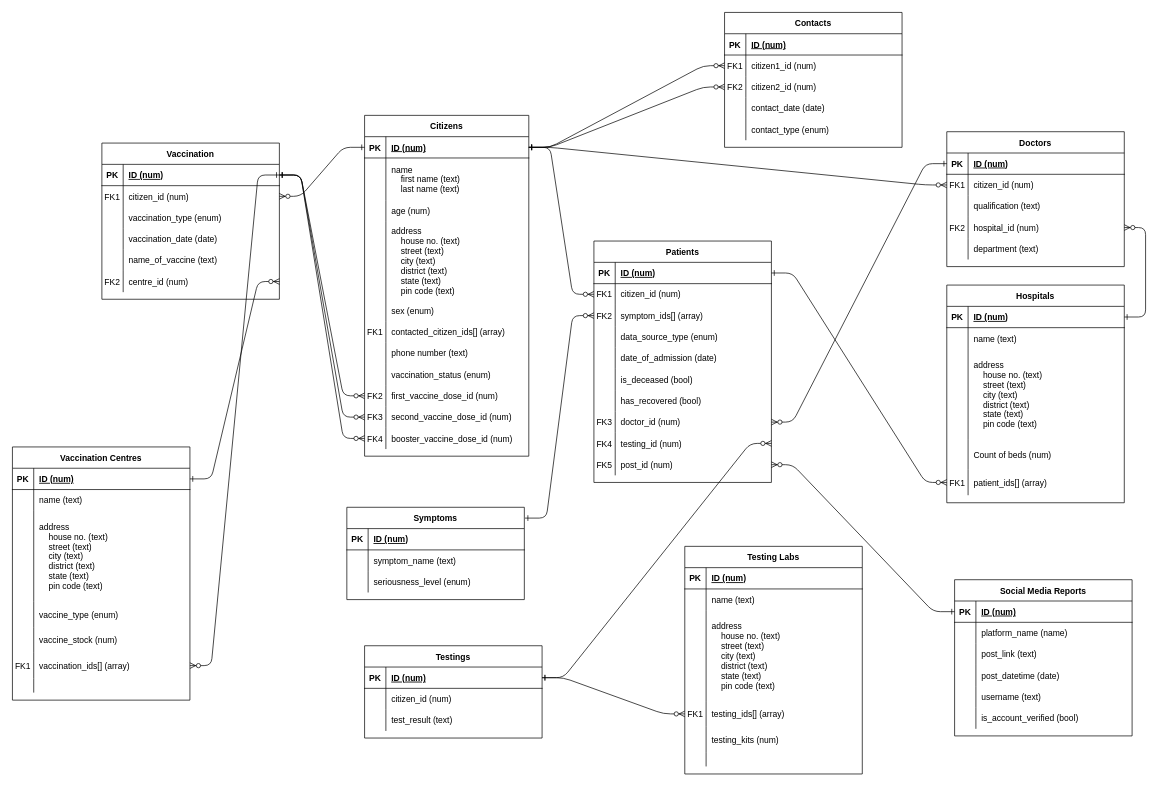
Earlier version of the draw.io diagram Assgn1/ER-Diagram.drawio (chirag-ghosh/DBMS-Lab). Source tidied: cells renumbered, new cells numbered last; positions are measured from the earlier drawing's top-left corner, leaving out a move shared by most shapes. Both pictures are drawn from the tidied source at 71%, with x=0, y=0 at pixel (12, 12).
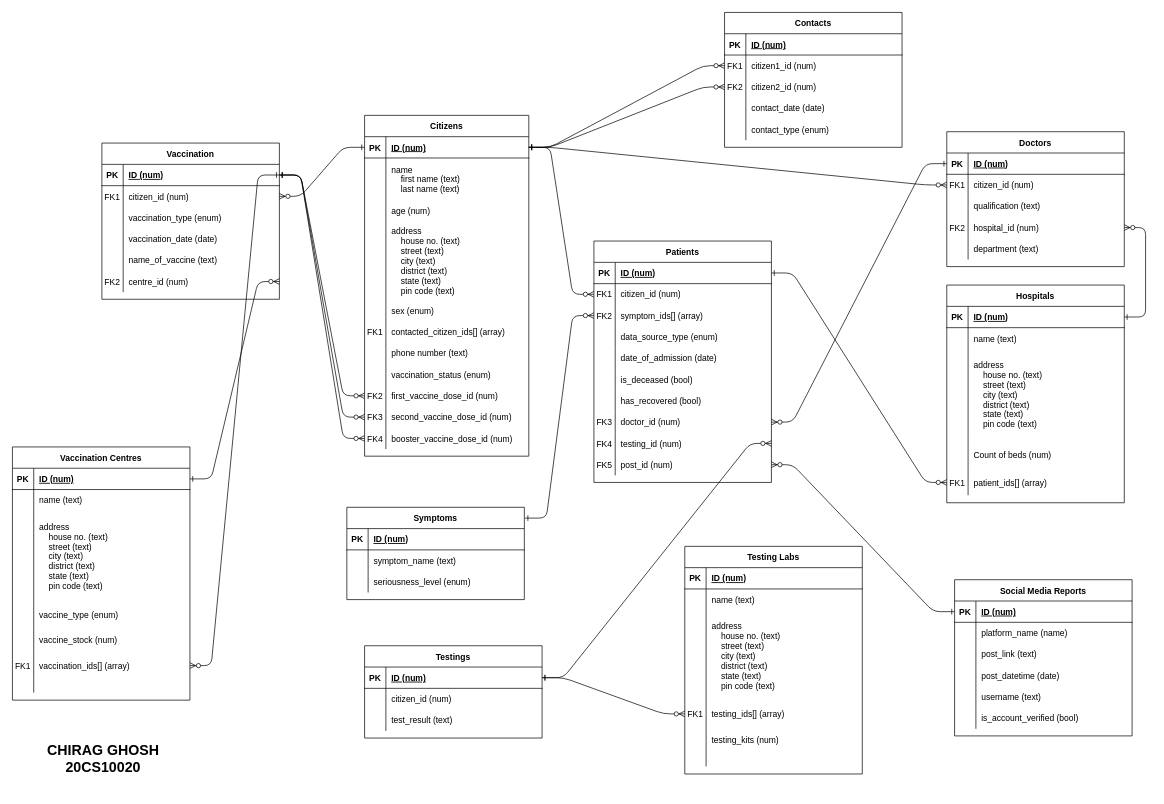
After the change.

Change to the diagram source:
```diff
@@
+    <mxCell id="231" value="CHIRAG GHOSH&lt;br style=&quot;font-size: 20px;&quot;&gt;20CS10020" style="text;html=1;strokeColor=none;fillColor=none;align=center;verticalAlign=middle;whiteSpace=wrap;rounded=0;fontStyle=1;fontSize=20;" parent="1" vertex="1">
+      <mxGeometry x="15" y="1005" width="226" height="92" as="geometry" />
+    </mxCell>
```
